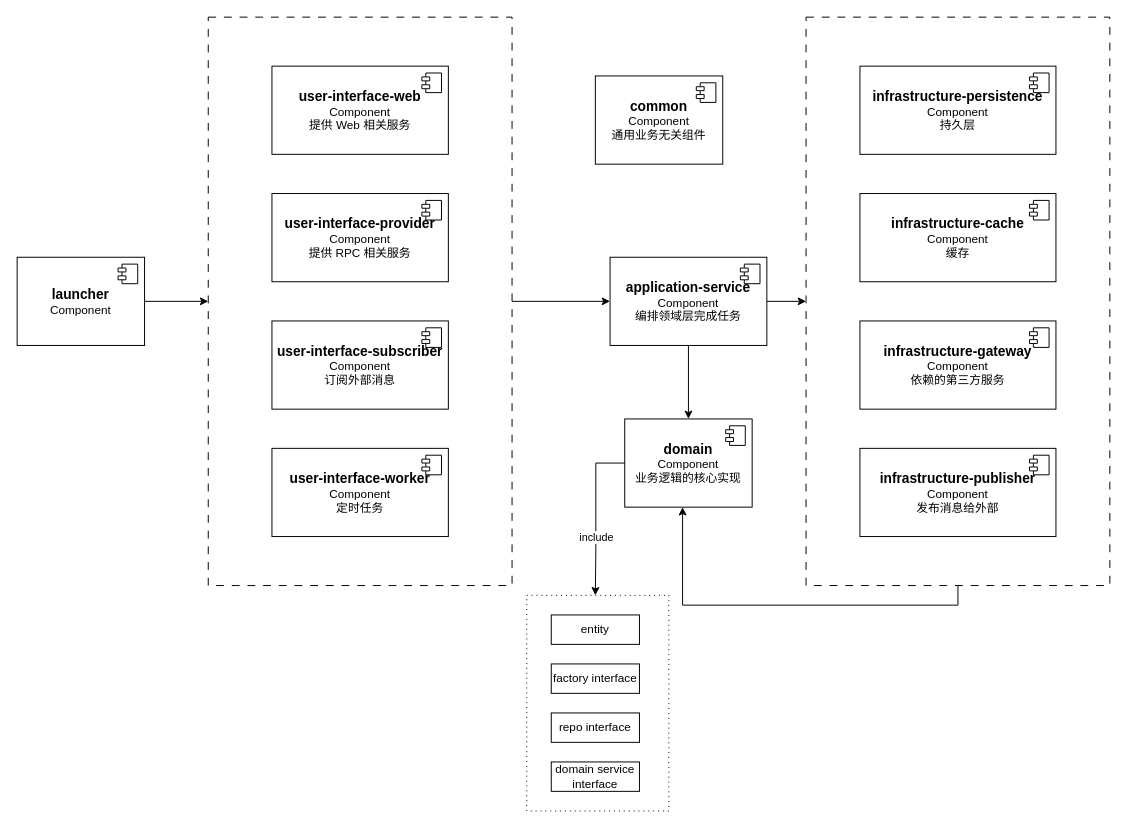
hedon954/draw keeps this draw.io diagram as ddd/ddd-ruoyi.drawio. Above is the earlier version. Source tidied: cells renumbered, new cells numbered last; positions are measured from the earlier drawing's top-left corner, leaving out a move shared by most shapes. Both pictures are drawn from the tidied source at 98%, with x=0, y=0 at pixel (17, 17).
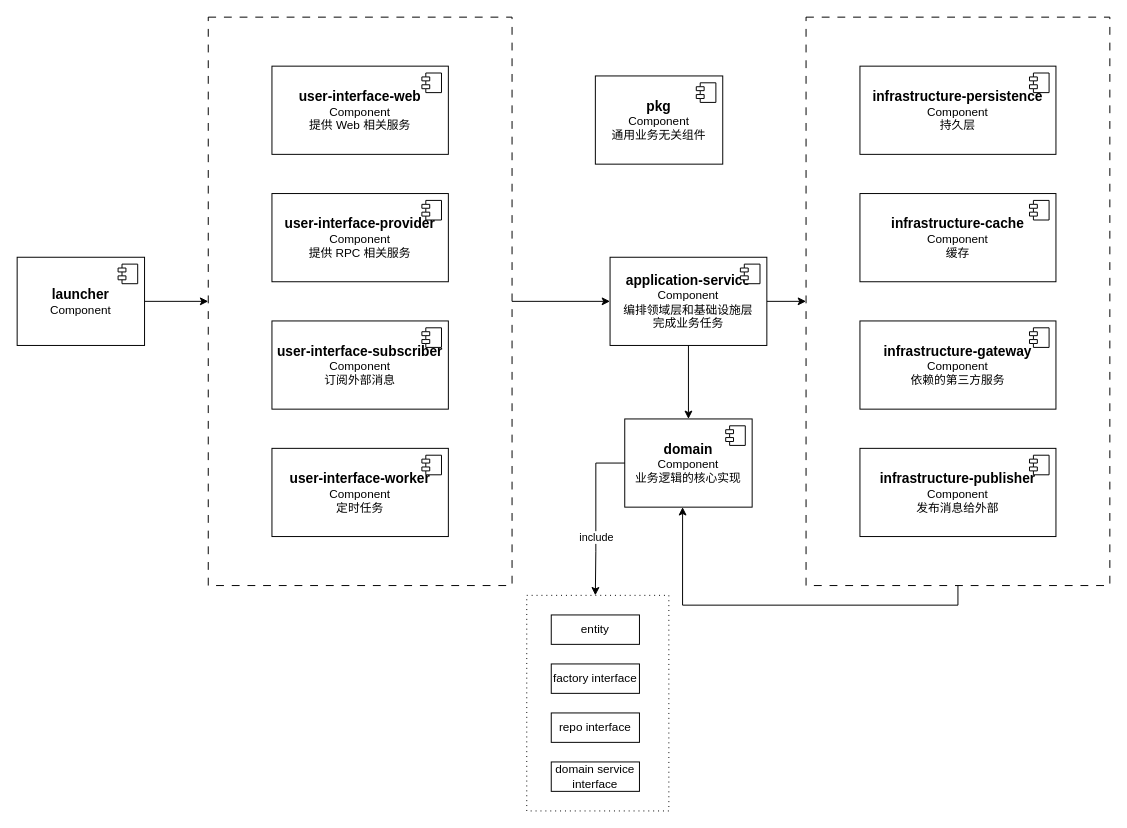
The same page after the edit.

Change to the diagram source:
```diff
@@
-    <mxCell id="19" value="&lt;div&gt;&lt;span style=&quot;font-size: 14px;&quot;&gt;&lt;b&gt;application-service&lt;/b&gt;&lt;/span&gt;&lt;/div&gt;Component&lt;div&gt;编排领域层完成任务&lt;/div&gt;" style="html=1;whiteSpace=wrap;" parent="1" vertex="1">
+    <mxCell id="19" value="&lt;div&gt;&lt;span style=&quot;font-size: 14px;&quot;&gt;&lt;b&gt;application-service&lt;/b&gt;&lt;/span&gt;&lt;/div&gt;Component&lt;div&gt;编排领域层和基础设施层&lt;/div&gt;&lt;div&gt;完成业务任务&lt;/div&gt;" style="html=1;whiteSpace=wrap;" parent="1" vertex="1">
       <mxGeometry x="605" y="245" width="160" height="90" as="geometry" />
     </mxCell>
@@
-    <mxCell id="34" value="&lt;div&gt;&lt;span style=&quot;font-size: 14px;&quot;&gt;&lt;b&gt;common&lt;/b&gt;&lt;/span&gt;&lt;/div&gt;Component&lt;div&gt;通用业务无关组件&lt;/div&gt;" style="html=1;whiteSpace=wrap;" parent="1" vertex="1">
+    <mxCell id="34" value="&lt;div&gt;&lt;span style=&quot;font-size: 14px;&quot;&gt;&lt;b&gt;pkg&lt;/b&gt;&lt;/span&gt;&lt;/div&gt;Component&lt;div&gt;通用业务无关组件&lt;/div&gt;" style="html=1;whiteSpace=wrap;" parent="1" vertex="1">
       <mxGeometry x="590" y="60" width="130" height="90" as="geometry" />
     </mxCell>
```
